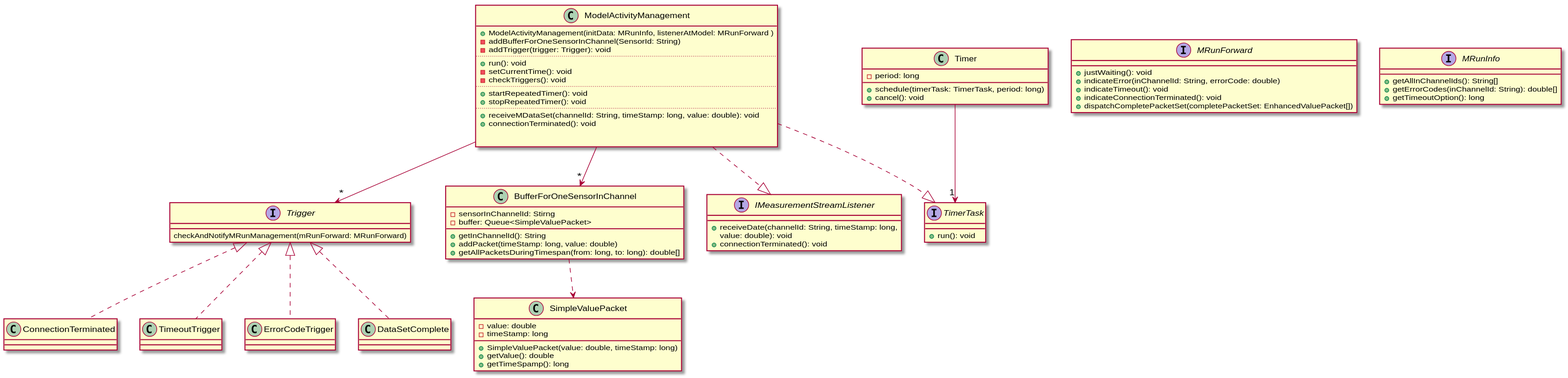
Before: 2-Entwurf/2-Entwicklung/src/edu/kit/freejdaq/cache/classDiagramCache.svg, a diagram exported from PlantUML (osl2/DAQ-Documents).
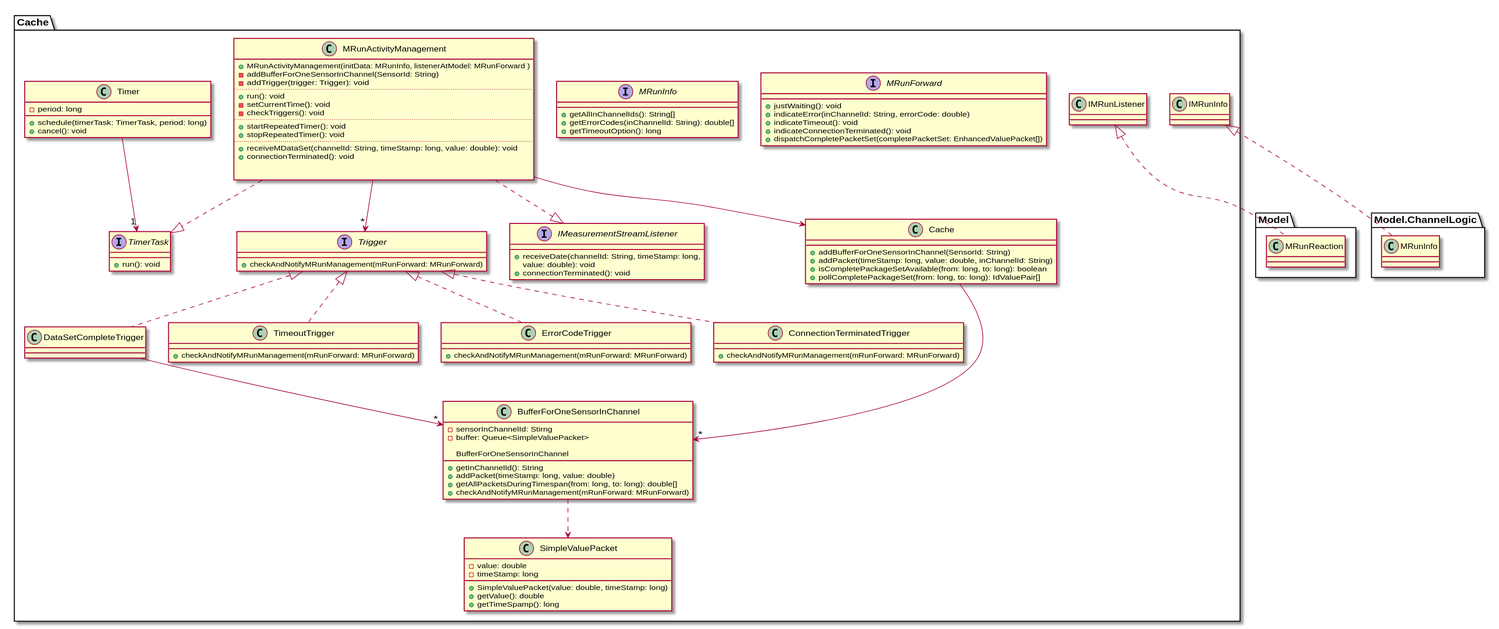
After the change.

Commit message:
export backend: toCache-export hinzugefügt und package in backend zu namespace geändert

Change to the diagram source:
```diff
@@ -1,7 +1,7 @@
 @startuml
-
-class ModelActivityManagement {
-	+ ModelActivityManagement(initData: MRunInfo, listenerAtModel: MRunForward )
+namespace Cache {
+class MRunActivityManagement {
+	+ MRunActivityManagement(initData: MRunInfo, listenerAtModel: MRunForward )
 	- addBufferForOneSensorInChannel(SensorId: String)
 	- addTrigger(trigger: Trigger): void
 	..
@@ -24,6 +24,13 @@
 	+cancel(): void
 }
 
+class Cache{
+	+ addBufferForOneSensorInChannel(SensorId: String)
+	+ addPacket(timeStamp: long, value: double, inChannelId: String)
+	+ isCompletePackageSetAvailable(from: long, to: long): boolean
+	+ pollCompletePackageSet(from: long, to: long):  IdValuePair[]
+}
+
 class BufferForOneSensorInChannel {
 	-sensorInChannelId: Stirng
 	-buffer: Queue<SimpleValuePacket>
@@ -41,20 +48,40 @@
 	+getTimeSpamp(): long
 }
 
-ConnectionTerminated .up.|> Trigger
+class ConnectionTerminatedTrigger {
+	+checkAndNotifyMRunManagement(mRunForward: MRunForward)
+}
+
+class TimeoutTrigger {
+	+checkAndNotifyMRunManagement(mRunForward: MRunForward)
+}
+
+class ErrorCodeTrigger {
+	+checkAndNotifyMRunManagement(mRunForward: MRunForward)
+}
+
+class BufferForOneSensorInChannel {
+	BufferForOneSensorInChannel
+	+checkAndNotifyMRunManagement(mRunForward: MRunForward)
+}
+
+ConnectionTerminatedTrigger .up.|> Trigger
 TimeoutTrigger .up.|> Trigger
 ErrorCodeTrigger .up.|> Trigger
-DataSetComplete .up.|> Trigger
+DataSetCompleteTrigger .up.|> Trigger
 
-ModelActivityManagement ..|> IMeasurementStreamListener
-ModelActivityManagement ..|> TimerTask
+MRunActivityManagement ..|> IMeasurementStreamListener
+MRunActivityManagement ..|> TimerTask
 Timer --> "1" TimerTask
-ModelActivityManagement --> "*" BufferForOneSensorInChannel
+MRunActivityManagement --> Cache
+Cache --> "*" BufferForOneSensorInChannel
 BufferForOneSensorInChannel ..> SimpleValuePacket
-ModelActivityManagement --> "*" Trigger
+MRunActivityManagement --> "*" Trigger
+
+DataSetCompleteTrigger --> "*" BufferForOneSensorInChannel
 
 interface Trigger {
-	checkAndNotifyMRunManagement(mRunForward: MRunForward)
+	+checkAndNotifyMRunManagement(mRunForward: MRunForward)
 }
 
 interface MRunForward {
@@ -81,4 +108,7 @@
 	+run(): void
 }
 
+IMRunListener <|.. Model.MRunReaction
+IMRunInfo <|.. Model.ChannelLogic.MRunInfo
+}
 @enduml
```
